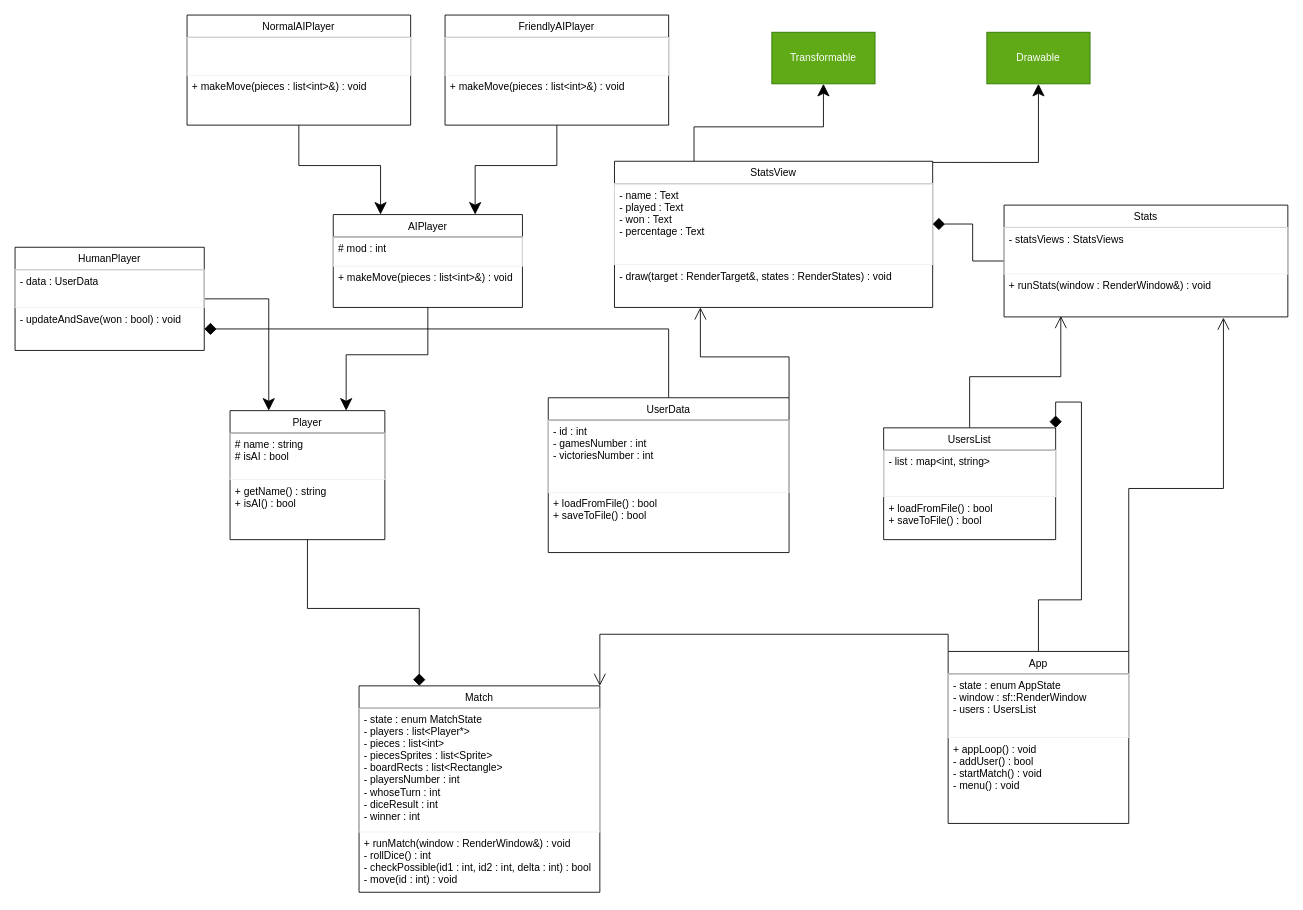
Above: docs/diagram.drawio in cptkidd62/ludo-game (draw.io), before the change. Source tidied: cells renumbered, new cells numbered last; positions are measured from the earlier drawing's top-left corner, leaving out a move shared by most shapes. Both pictures are drawn from the tidied source at 86%, with x=0, y=0 at pixel (15, 15).
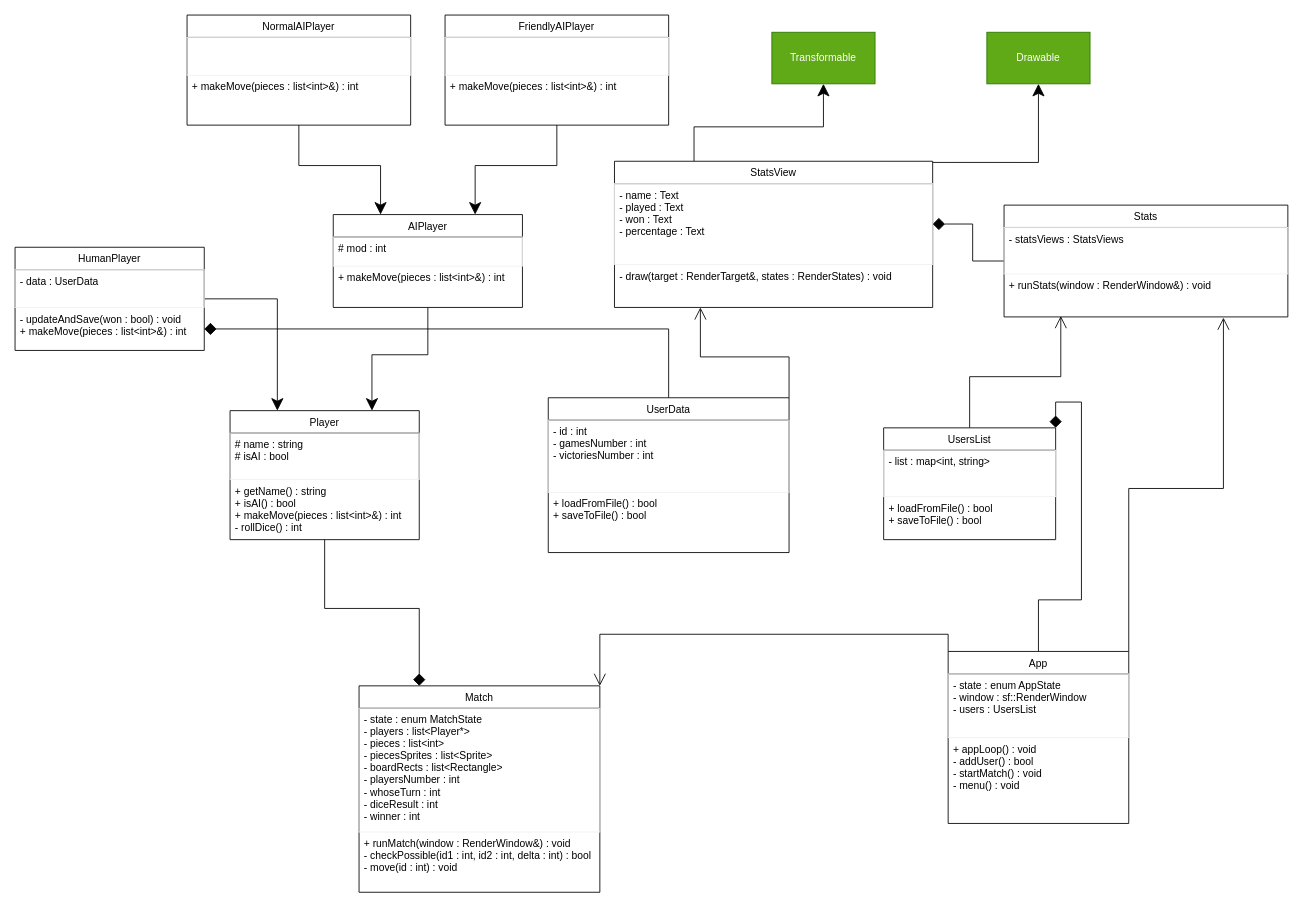
Above is the later version.

Unchanged cells that the change refers to:
```xml
<mxCell id="7" value="HumanPlayer" style="swimlane;fontStyle=0;horizontal=1;startSize=26;" parent="1" vertex="1">
  <mxGeometry y="270" width="220" height="120" as="geometry" />
</mxCell>
<mxCell id="11" value="AIPlayer" style="swimlane;fontStyle=0;horizontal=1;startSize=26;" parent="1" vertex="1">
  <mxGeometry x="370" y="232" width="220" height="108" as="geometry" />
</mxCell>
<mxCell id="20" value="Match" style="swimlane;fontStyle=0;horizontal=1;startSize=26;" parent="1" vertex="1">
  <mxGeometry x="400" y="780" width="280" height="240" as="geometry" />
</mxCell>
<mxCell id="33" value="NormalAIPlayer" style="swimlane;fontStyle=0;horizontal=1;startSize=26;" parent="1" vertex="1">
  <mxGeometry x="200" width="260" height="128" as="geometry" />
</mxCell>
<mxCell id="37" value="FriendlyAIPlayer" style="swimlane;fontStyle=0;horizontal=1;startSize=26;" parent="1" vertex="1">
  <mxGeometry x="500" width="260" height="128" as="geometry" />
</mxCell>
```

The edit, as a diff of the source:
```diff
@@
     <mxCell id="3" value="Player" style="swimlane;fontStyle=0;horizontal=1;startSize=26;" parent="1" vertex="1">
-      <mxGeometry x="250" y="460" width="180" height="150" as="geometry" />
+      <mxGeometry x="250" y="460" width="220" height="150" as="geometry" />
     </mxCell>
     <mxCell id="4" value="# name : string&#10;# isAI : bool" style="text;fillColor=none;align=left;verticalAlign=top;spacingLeft=4;spacingRight=4;overflow=hidden;strokeColor=#f0f0f0;" parent="3" vertex="1">
-      <mxGeometry y="26" width="180" height="54" as="geometry" />
+      <mxGeometry y="26" width="220" height="54" as="geometry" />
     </mxCell>
-    <mxCell id="5" value="+ getName() : string&#10;+ isAI() : bool" style="text;strokeColor=none;fillColor=none;align=left;verticalAlign=top;spacingLeft=4;spacingRight=4;overflow=hidden;" parent="3" vertex="1">
-      <mxGeometry y="80" width="180" height="70" as="geometry" />
+    <mxCell id="5" value="+ getName() : string&#10;+ isAI() : bool&#10;+ makeMove(pieces : list&lt;int&gt;&amp;) : int&#10;- rollDice() : int" style="text;strokeColor=none;fillColor=none;align=left;verticalAlign=top;spacingLeft=4;spacingRight=4;overflow=hidden;" parent="3" vertex="1">
+      <mxGeometry y="80" width="220" height="70" as="geometry" />
     </mxCell>
@@
-    <mxCell id="9" value="- updateAndSave(won : bool) : void" style="text;strokeColor=none;fillColor=none;align=left;verticalAlign=top;spacingLeft=4;spacingRight=4;overflow=hidden;points=[[0,0.5],[1,0.5]];portConstraint=eastwest;" parent="7" vertex="1">
+    <mxCell id="9" value="- updateAndSave(won : bool) : void&#10;+ makeMove(pieces : list&lt;int&gt;&amp;) : int" style="text;strokeColor=none;fillColor=none;align=left;verticalAlign=top;spacingLeft=4;spacingRight=4;overflow=hidden;points=[[0,0.5],[1,0.5]];portConstraint=eastwest;" parent="7" vertex="1">
       <mxGeometry y="70" width="220" height="50" as="geometry" />
     </mxCell>
@@
-    <mxCell id="13" value="+ makeMove(pieces : list&lt;int&gt;&amp;) : void" style="text;strokeColor=none;fillColor=none;align=left;verticalAlign=top;spacingLeft=4;spacingRight=4;overflow=hidden;" parent="11" vertex="1">
+    <mxCell id="13" value="+ makeMove(pieces : list&lt;int&gt;&amp;) : int" style="text;strokeColor=none;fillColor=none;align=left;verticalAlign=top;spacingLeft=4;spacingRight=4;overflow=hidden;" parent="11" vertex="1">
       <mxGeometry y="60" width="220" height="48" as="geometry" />
     </mxCell>
@@
-    <mxCell id="22" value="+ runMatch(window : RenderWindow&amp;) : void&#10;- rollDice() : int&#10;- checkPossible(id1 : int, id2 : int, delta : int) : bool&#10;- move(id : int) : void" style="text;strokeColor=none;fillColor=none;align=left;verticalAlign=top;spacingLeft=4;spacingRight=4;overflow=hidden;" parent="20" vertex="1">
+    <mxCell id="22" value="+ runMatch(window : RenderWindow&amp;) : void&#10;- checkPossible(id1 : int, id2 : int, delta : int) : bool&#10;- move(id : int) : void" style="text;strokeColor=none;fillColor=none;align=left;verticalAlign=top;spacingLeft=4;spacingRight=4;overflow=hidden;" parent="20" vertex="1">
       <mxGeometry y="170" width="280" height="70" as="geometry" />
     </mxCell>
@@
-    <mxCell id="35" value="+ makeMove(pieces : list&lt;int&gt;&amp;) : void" style="text;strokeColor=none;fillColor=none;align=left;verticalAlign=top;spacingLeft=4;spacingRight=4;overflow=hidden;" parent="33" vertex="1">
+    <mxCell id="35" value="+ makeMove(pieces : list&lt;int&gt;&amp;) : int" style="text;strokeColor=none;fillColor=none;align=left;verticalAlign=top;spacingLeft=4;spacingRight=4;overflow=hidden;" parent="33" vertex="1">
       <mxGeometry y="70" width="260" height="58" as="geometry" />
     </mxCell>
@@
-    <mxCell id="39" value="+ makeMove(pieces : list&lt;int&gt;&amp;) : void" style="text;strokeColor=none;fillColor=none;align=left;verticalAlign=top;spacingLeft=4;spacingRight=4;overflow=hidden;" parent="37" vertex="1">
+    <mxCell id="39" value="+ makeMove(pieces : list&lt;int&gt;&amp;) : int" style="text;strokeColor=none;fillColor=none;align=left;verticalAlign=top;spacingLeft=4;spacingRight=4;overflow=hidden;" parent="37" vertex="1">
       <mxGeometry y="70" width="260" height="58" as="geometry" />
     </mxCell>
```
